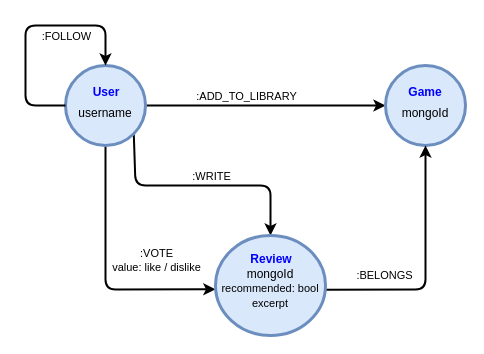
Before: Diagrams/GraphDB structure (complete).drawio in lorenzoceccanti/pixelindex, a draw.io diagram. Source tidied: cells renumbered, new cells numbered last; positions are measured from the earlier drawing's top-left corner, leaving out a move shared by most shapes. Both pictures are drawn from the tidied source at 100%, with x=0, y=0 at pixel (25, 25).
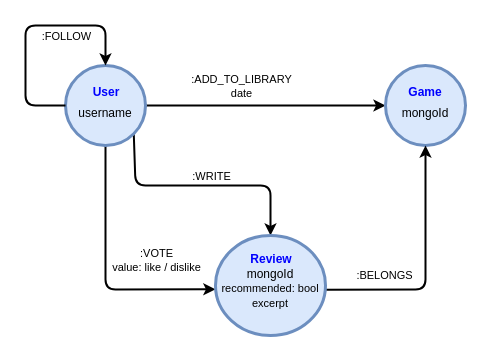
The same page after the edit.

Commit message:
Added 'date' property to :ADD_TO_LIBRARY relationship

The change refers to these unchanged cells:
```xml
<mxCell id="2" style="edgeStyle=none;html=1;exitX=1;exitY=0.5;exitDx=0;exitDy=0;strokeWidth=2;" parent="1" edge="1" source="8" target="9">
  <mxGeometry relative="1" as="geometry" />
</mxCell>
```

Change to the diagram source:
```diff
@@
-    <mxCell id="3" value=":ADD_TO_LIBRARY" style="edgeLabel;html=1;align=center;verticalAlign=middle;" parent="2" vertex="1">
+    <mxCell id="3" value=":ADD_TO_LIBRARY&lt;br&gt;date" style="edgeLabel;html=1;align=center;verticalAlign=middle;" parent="2" vertex="1">
       <mxGeometry x="-0.08" relative="1" as="geometry">
-        <mxPoint x="-10" y="-10" as="offset" />
+        <mxPoint x="-15" y="-20" as="offset" />
       </mxGeometry>
     </mxCell>
```
